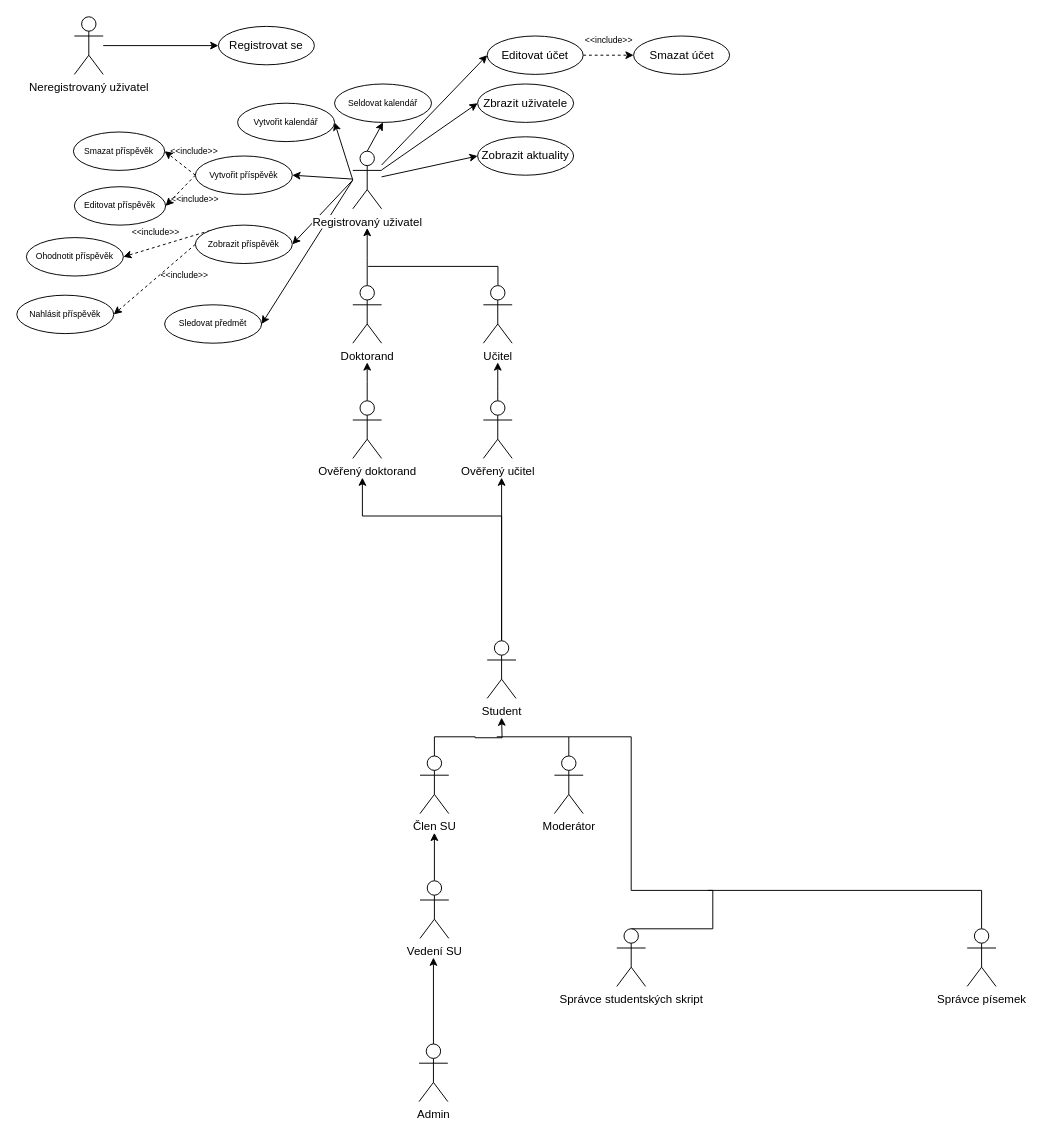
The draw.io diagram diagramy/use_case.drawio in mirasvarc/fituska3, before the edit. Source tidied: cells renumbered, new cells numbered last; positions are measured from the earlier drawing's top-left corner, leaving out a move shared by most shapes. Both pictures are drawn from the tidied source at 96%, with x=0, y=0 at pixel (16, 16).
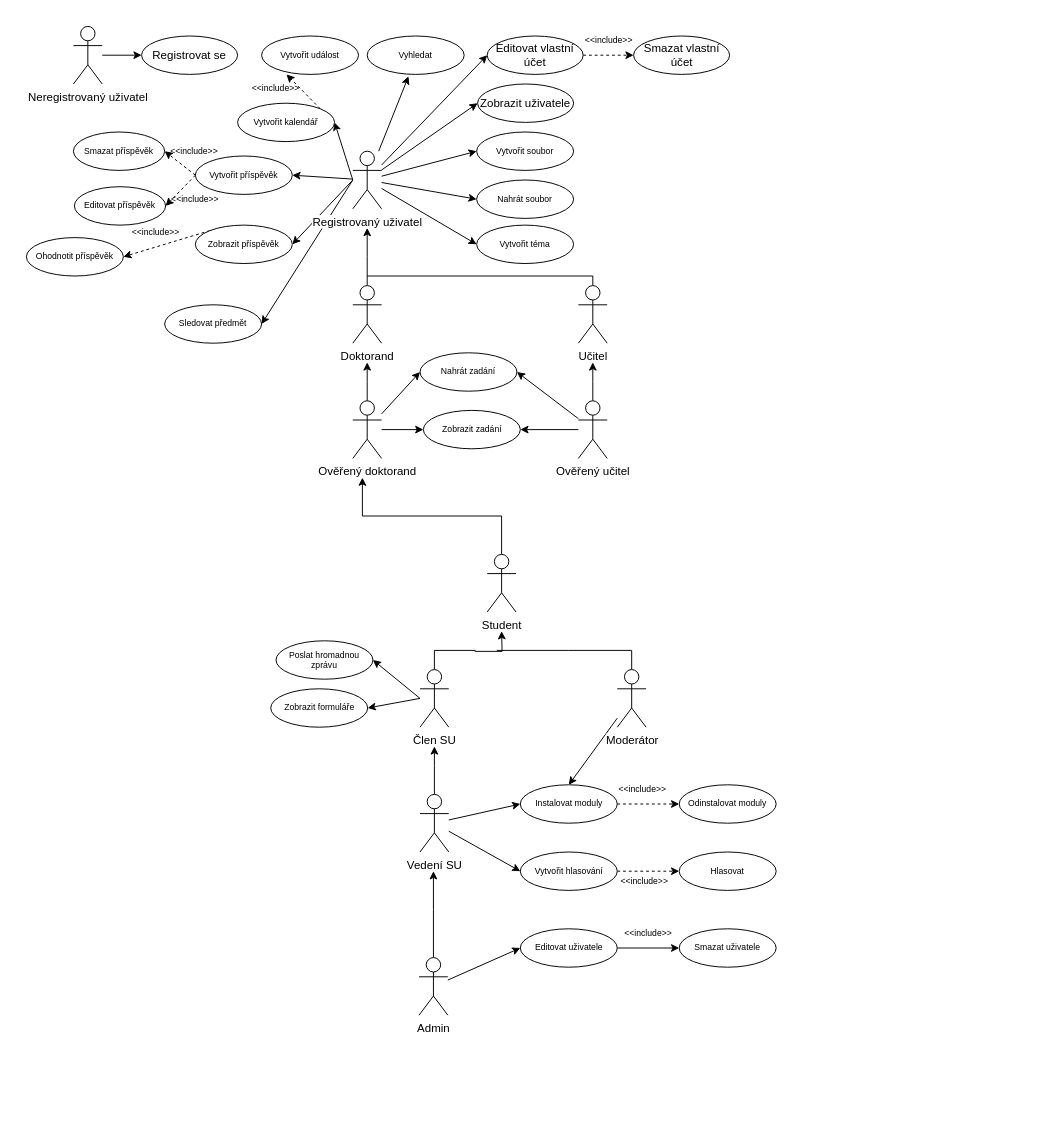
The same diagram, later.

Unchanged cells that the change refers to:
```xml
<mxCell id="20" value="Doktorand" style="shape=umlActor;verticalLabelPosition=bottom;labelBackgroundColor=#ffffff;verticalAlign=top;html=1;outlineConnect=0;" parent="1" vertex="1">
  <mxGeometry x="350" y="280" width="30" height="60" as="geometry" />
</mxCell>
<mxCell id="30" value="Registrovaný uživatel" style="shape=umlActor;verticalLabelPosition=bottom;labelBackgroundColor=#ffffff;verticalAlign=top;html=1;outlineConnect=0;" parent="1" vertex="1">
  <mxGeometry x="350" y="140" width="30" height="60" as="geometry" />
</mxCell>
<mxCell id="32" value="Ověřený doktorand" style="shape=umlActor;verticalLabelPosition=bottom;labelBackgroundColor=#ffffff;verticalAlign=top;html=1;outlineConnect=0;" parent="1" vertex="1">
  <mxGeometry x="350" y="400" width="30" height="60" as="geometry" />
</mxCell>
<mxCell id="53" value="Zobrazit příspěvěk" style="ellipse;whiteSpace=wrap;html=1;fontSize=9;" parent="1" vertex="1">
  <mxGeometry x="186" y="217" width="101" height="40" as="geometry" />
</mxCell>
<mxCell id="57" value="Vytvořit kalendář" style="ellipse;whiteSpace=wrap;html=1;fontSize=9;" parent="1" vertex="1">
  <mxGeometry x="230" y="90" width="101" height="40" as="geometry" />
</mxCell>
```

What changed in the source:
```diff
@@
     <mxCell id="3" value="Neregistrovaný uživatel" style="shape=umlActor;verticalLabelPosition=bottom;labelBackgroundColor=#ffffff;verticalAlign=top;html=1;outlineConnect=0;" parent="1" vertex="1">
-      <mxGeometry x="60" width="30" height="60" as="geometry" />
+      <mxGeometry x="59" y="10" width="30" height="60" as="geometry" />
     </mxCell>
@@
-    <mxCell id="7" style="edgeStyle=none;rounded=0;jettySize=auto;html=1;startArrow=none;startFill=0;endArrow=classic;endFill=1;fontSize=9;exitX=0.5;exitY=0;exitDx=0;exitDy=0;exitPerimeter=0;entryX=0.5;entryY=1;entryDx=0;entryDy=0;" parent="1" edge="1" source="30" target="58">
-      <mxGeometry relative="1" as="geometry" />
-    </mxCell>
-    <mxCell id="8" style="edgeStyle=orthogonalEdgeStyle;rounded=0;jettySize=auto;html=1;exitX=0.5;exitY=0;exitDx=0;exitDy=0;exitPerimeter=0;startArrow=none;startFill=0;endArrow=classic;endFill=1;fontSize=9;" parent="1" edge="1" source="10">
-      <mxGeometry relative="1" as="geometry">
-        <mxPoint x="505" y="480" as="targetPoint" />
-      </mxGeometry>
-    </mxCell>
@@
     <mxCell id="10" value="Student&lt;br&gt;" style="shape=umlActor;verticalLabelPosition=bottom;labelBackgroundColor=#ffffff;verticalAlign=top;html=1;outlineConnect=0;" parent="1" vertex="1">
-      <mxGeometry x="490" y="650" width="30" height="60" as="geometry" />
+      <mxGeometry x="490" y="560" width="30" height="60" as="geometry" />
     </mxCell>
-    <mxCell id="11" style="edgeStyle=orthogonalEdgeStyle;rounded=0;orthogonalLoop=1;jettySize=auto;html=1;exitX=0.5;exitY=0;exitDx=0;exitDy=0;exitPerimeter=0;startArrow=none;startFill=0;endArrow=none;endFill=0;fontSize=9;" parent="1" edge="1">
-      <mxGeometry relative="1" as="geometry">
-        <mxPoint x="501.2" y="280.1" as="sourcePoint" />
-        <mxPoint x="366" y="260" as="targetPoint" />
-        <Array as="points">
-          <mxPoint x="501" y="260" />
-        </Array>
-      </mxGeometry>
-    </mxCell>
+    <mxCell id="61" style="edgeStyle=orthogonalEdgeStyle;rounded=0;orthogonalLoop=1;jettySize=auto;html=1;endArrow=none;endFill=0;" parent="1" edge="1">
+      <mxGeometry relative="1" as="geometry">
+        <mxPoint x="600" y="280" as="sourcePoint" />
+        <mxPoint x="365" y="270" as="targetPoint" />
+        <Array as="points">
+          <mxPoint x="600" y="270" />
+          <mxPoint x="365" y="270" />
+        </Array>
+      </mxGeometry>
+    </mxCell>
     <mxCell id="12" value="Učitel" style="shape=umlActor;verticalLabelPosition=bottom;labelBackgroundColor=#ffffff;verticalAlign=top;html=1;" parent="1" vertex="1">
-      <mxGeometry x="486" y="280" width="30" height="60" as="geometry" />
+      <mxGeometry x="585" y="280" width="30" height="60" as="geometry" />
     </mxCell>
     <mxCell id="13" style="edgeStyle=orthogonalEdgeStyle;rounded=0;jettySize=auto;html=1;exitX=0.5;exitY=0;exitDx=0;exitDy=0;exitPerimeter=0;startArrow=none;startFill=0;endArrow=classic;endFill=1;" parent="1" edge="1" source="14">
       <mxGeometry relative="1" as="geometry">
-        <mxPoint x="505" y="730" as="targetPoint" />
+        <mxPoint x="505" y="640" as="targetPoint" />
       </mxGeometry>
     </mxCell>
+    <mxCell id="62" style="edgeStyle=none;rounded=0;jettySize=auto;html=1;entryX=1;entryY=0.5;entryDx=0;entryDy=0;" parent="1" edge="1" target="82">
+      <mxGeometry relative="1" as="geometry">
+        <mxPoint x="420" y="710" as="sourcePoint" />
+      </mxGeometry>
+    </mxCell>
+    <mxCell id="63" style="edgeStyle=none;rounded=0;jettySize=auto;html=1;entryX=1;entryY=0.5;entryDx=0;entryDy=0;" parent="1" edge="1" target="83">
+      <mxGeometry relative="1" as="geometry">
+        <mxPoint x="420" y="710" as="sourcePoint" />
+      </mxGeometry>
+    </mxCell>
     <mxCell id="14" value="Člen SU" style="shape=umlActor;verticalLabelPosition=bottom;labelBackgroundColor=#ffffff;verticalAlign=top;html=1;outlineConnect=0;" parent="1" vertex="1">
-      <mxGeometry x="420" y="770" width="30" height="60" as="geometry" />
+      <mxGeometry x="420" y="680" width="30" height="60" as="geometry" />
     </mxCell>
     <mxCell id="15" style="edgeStyle=orthogonalEdgeStyle;rounded=0;jettySize=auto;html=1;exitX=0.5;exitY=0;exitDx=0;exitDy=0;exitPerimeter=0;startArrow=none;startFill=0;endArrow=none;endFill=0;" parent="1" edge="1" source="16">
       <mxGeometry relative="1" as="geometry">
-        <mxPoint x="500" y="750" as="targetPoint" />
+        <mxPoint x="500" y="660" as="targetPoint" />
         <Array as="points">
-          <mxPoint x="575" y="750" />
-          <mxPoint x="500" y="750" />
+          <mxPoint x="575" y="660" />
+          <mxPoint x="500" y="660" />
         </Array>
       </mxGeometry>
     </mxCell>
+    <mxCell id="64" style="edgeStyle=none;rounded=0;jettySize=auto;html=1;entryX=0.5;entryY=0;entryDx=0;entryDy=0;" parent="1" edge="1" source="16" target="85">
+      <mxGeometry relative="1" as="geometry" />
+    </mxCell>
     <mxCell id="16" value="Moderátor" style="shape=umlActor;verticalLabelPosition=bottom;labelBackgroundColor=#ffffff;verticalAlign=top;html=1;outlineConnect=0;" parent="1" vertex="1">
-      <mxGeometry x="560" y="770" width="30" height="60" as="geometry" />
+      <mxGeometry x="625.5" y="680" width="30" height="60" as="geometry" />
     </mxCell>
     <mxCell id="17" style="edgeStyle=orthogonalEdgeStyle;rounded=0;jettySize=auto;html=1;exitX=0.5;exitY=0;exitDx=0;exitDy=0;exitPerimeter=0;startArrow=none;startFill=0;endArrow=classic;endFill=1;" parent="1" edge="1" source="18">
       <mxGeometry relative="1" as="geometry">
-        <mxPoint x="435" y="850" as="targetPoint" />
+        <mxPoint x="435" y="760" as="targetPoint" />
         <Array as="points">
-          <mxPoint x="435" y="870" />
-          <mxPoint x="435" y="870" />
+          <mxPoint x="435" y="780" />
+          <mxPoint x="435" y="780" />
         </Array>
       </mxGeometry>
     </mxCell>
+    <mxCell id="65" style="edgeStyle=none;rounded=0;jettySize=auto;html=1;entryX=0;entryY=0.5;entryDx=0;entryDy=0;" parent="1" edge="1" source="18" target="85">
+      <mxGeometry relative="1" as="geometry" />
+    </mxCell>
+    <mxCell id="66" style="edgeStyle=none;rounded=0;jettySize=auto;html=1;entryX=0;entryY=0.5;entryDx=0;entryDy=0;" parent="1" edge="1" source="18" target="87">
+      <mxGeometry relative="1" as="geometry" />
+    </mxCell>
     <mxCell id="18" value="Vedení SU" style="shape=umlActor;verticalLabelPosition=bottom;labelBackgroundColor=#ffffff;verticalAlign=top;html=1;outlineConnect=0;" parent="1" vertex="1">
-      <mxGeometry x="420" y="900" width="30" height="60" as="geometry" />
+      <mxGeometry x="420" y="810" width="30" height="60" as="geometry" />
     </mxCell>
     <mxCell id="19" style="edgeStyle=orthogonalEdgeStyle;rounded=0;jettySize=auto;html=1;startArrow=none;startFill=0;endArrow=classic;endFill=1;" parent="1" edge="1" source="20">
       <mxGeometry relative="1" as="geometry">
         <mxPoint x="365" y="220" as="targetPoint" />
+        <Array as="points">
+          <mxPoint x="365" y="250" />
+          <mxPoint x="365" y="250" />
+        </Array>
       </mxGeometry>
     </mxCell>
@@
     <mxCell id="21" style="edgeStyle=orthogonalEdgeStyle;rounded=0;jettySize=auto;html=1;startArrow=none;startFill=0;endArrow=classic;endFill=1;exitX=0.5;exitY=0;exitDx=0;exitDy=0;exitPerimeter=0;" parent="1" edge="1" source="22">
       <mxGeometry relative="1" as="geometry">
-        <mxPoint x="434" y="980" as="targetPoint" />
+        <mxPoint x="434" y="890" as="targetPoint" />
         <Array as="points">
-          <mxPoint x="434" y="1020" />
-          <mxPoint x="434" y="1020" />
+          <mxPoint x="434" y="930" />
+          <mxPoint x="434" y="930" />
         </Array>
       </mxGeometry>
     </mxCell>
+    <mxCell id="67" style="edgeStyle=none;rounded=0;jettySize=auto;html=1;entryX=0;entryY=0.5;entryDx=0;entryDy=0;" parent="1" edge="1" source="22" target="96">
+      <mxGeometry relative="1" as="geometry" />
+    </mxCell>
     <mxCell id="22" value="Admin" style="shape=umlActor;verticalLabelPosition=bottom;labelBackgroundColor=#ffffff;verticalAlign=top;html=1;outlineConnect=0;" parent="1" vertex="1">
-      <mxGeometry x="419" y="1070" width="30" height="60" as="geometry" />
+      <mxGeometry x="419" y="980" width="30" height="60" as="geometry" />
     </mxCell>
     <mxCell id="23" value="Registrovat se" style="ellipse;whiteSpace=wrap;html=1;" parent="1" vertex="1">
-      <mxGeometry x="210" y="10" width="100" height="40" as="geometry" />
+      <mxGeometry x="130" y="20" width="100" height="40" as="geometry" />
     </mxCell>
-    <mxCell id="24" style="edgeStyle=orthogonalEdgeStyle;rounded=0;jettySize=auto;html=1;exitX=0.5;exitY=0;exitDx=0;exitDy=0;exitPerimeter=0;startArrow=none;startFill=0;endArrow=classic;endFill=1;" parent="1" edge="1" source="25">
-      <mxGeometry relative="1" as="geometry">
-        <mxPoint x="501" y="360" as="targetPoint" />
-        <Array as="points">
-          <mxPoint x="501" y="390" />
-          <mxPoint x="501" y="390" />
-        </Array>
-      </mxGeometry>
-    </mxCell>
+    <mxCell id="68" style="edgeStyle=none;rounded=0;jettySize=auto;html=1;entryX=1;entryY=0.5;entryDx=0;entryDy=0;" parent="1" edge="1" source="25" target="93">
+      <mxGeometry relative="1" as="geometry" />
+    </mxCell>
+    <mxCell id="69" style="edgeStyle=none;rounded=0;jettySize=auto;html=1;entryX=1;entryY=0.5;entryDx=0;entryDy=0;" parent="1" edge="1" source="25" target="92">
+      <mxGeometry relative="1" as="geometry" />
+    </mxCell>
+    <mxCell id="70" style="edgeStyle=orthogonalEdgeStyle;rounded=0;jettySize=auto;html=1;endArrow=classic;endFill=1;" parent="1" edge="1" source="25">
+      <mxGeometry relative="1" as="geometry">
+        <mxPoint x="600" y="360" as="targetPoint" />
+      </mxGeometry>
+    </mxCell>
     <mxCell id="25" value="Ověřený učitel" style="shape=umlActor;verticalLabelPosition=bottom;labelBackgroundColor=#ffffff;verticalAlign=top;html=1;outlineConnect=0;" parent="1" vertex="1">
-      <mxGeometry x="486" y="400" width="30" height="60" as="geometry" />
+      <mxGeometry x="585" y="400" width="30" height="60" as="geometry" />
     </mxCell>
@@
-    <mxCell id="29" style="edgeStyle=none;rounded=0;jettySize=auto;html=1;entryX=0;entryY=0.5;entryDx=0;entryDy=0;startArrow=none;startFill=0;endArrow=classic;endFill=1;fontSize=9;" parent="1" edge="1" source="30" target="60">
-      <mxGeometry relative="1" as="geometry" />
-    </mxCell>
+    <mxCell id="71" style="edgeStyle=none;rounded=0;jettySize=auto;html=1;entryX=0;entryY=0.5;entryDx=0;entryDy=0;" parent="1" edge="1" source="30" target="80">
+      <mxGeometry relative="1" as="geometry" />
+    </mxCell>
+    <mxCell id="72" style="edgeStyle=none;rounded=0;jettySize=auto;html=1;entryX=0;entryY=0.5;entryDx=0;entryDy=0;" parent="1" edge="1" source="30" target="81">
+      <mxGeometry relative="1" as="geometry" />
+    </mxCell>
+    <mxCell id="73" style="edgeStyle=none;rounded=0;jettySize=auto;html=1;entryX=0.426;entryY=1.05;entryDx=0;entryDy=0;entryPerimeter=0;" parent="1" edge="1" source="30" target="94">
+      <mxGeometry relative="1" as="geometry" />
+    </mxCell>
+    <mxCell id="74" style="edgeStyle=none;rounded=0;jettySize=auto;html=1;entryX=0;entryY=0.5;entryDx=0;entryDy=0;" parent="1" edge="1" source="30" target="99">
+      <mxGeometry relative="1" as="geometry" />
+    </mxCell>
@@
+    <mxCell id="75" style="edgeStyle=none;rounded=0;jettySize=auto;html=1;entryX=0;entryY=0.5;entryDx=0;entryDy=0;" parent="1" edge="1" source="32" target="92">
+      <mxGeometry relative="1" as="geometry" />
+    </mxCell>
+    <mxCell id="76" style="edgeStyle=none;rounded=0;jettySize=auto;html=1;entryX=0;entryY=0.5;entryDx=0;entryDy=0;" parent="1" edge="1" source="32" target="93">
+      <mxGeometry relative="1" as="geometry" />
+    </mxCell>
@@
-    <mxCell id="33" style="edgeStyle=orthogonalEdgeStyle;rounded=0;jettySize=auto;html=1;startArrow=none;startFill=0;endArrow=none;endFill=0;exitX=0.5;exitY=0;exitDx=0;exitDy=0;exitPerimeter=0;" parent="1" edge="1" source="34">
-      <mxGeometry relative="1" as="geometry">
-        <mxPoint x="575" y="750" as="targetPoint" />
-        <Array as="points">
-          <mxPoint x="725" y="910" />
-          <mxPoint x="640" y="910" />
-          <mxPoint x="640" y="750" />
-        </Array>
-      </mxGeometry>
-    </mxCell>
-    <mxCell id="34" value="Správce studentských skript&lt;br&gt;" style="shape=umlActor;verticalLabelPosition=bottom;labelBackgroundColor=#ffffff;verticalAlign=top;html=1;outlineConnect=0;" parent="1" vertex="1">
-      <mxGeometry x="625" y="950" width="30" height="60" as="geometry" />
-    </mxCell>
-    <mxCell id="35" style="edgeStyle=orthogonalEdgeStyle;rounded=0;jettySize=auto;html=1;exitX=0.5;exitY=0;exitDx=0;exitDy=0;exitPerimeter=0;startArrow=none;startFill=0;endArrow=none;endFill=0;" parent="1" edge="1" source="36">
-      <mxGeometry relative="1" as="geometry">
-        <mxPoint x="720" y="910" as="targetPoint" />
-        <Array as="points">
-          <mxPoint x="1005" y="910" />
-        </Array>
-      </mxGeometry>
-    </mxCell>
-    <mxCell id="36" value="Správce písemek" style="shape=umlActor;verticalLabelPosition=bottom;labelBackgroundColor=#ffffff;verticalAlign=top;html=1;outlineConnect=0;" parent="1" vertex="1">
-      <mxGeometry x="990" y="950" width="30" height="60" as="geometry" />
-    </mxCell>
@@
-    <mxCell id="38" value="Editovat účet" style="ellipse;whiteSpace=wrap;html=1;" parent="1" vertex="1">
+    <mxCell id="38" value="Editovat vlastní účet" style="ellipse;whiteSpace=wrap;html=1;" parent="1" vertex="1">
       <mxGeometry x="490" y="20" width="100" height="40" as="geometry" />
     </mxCell>
-    <mxCell id="39" value="Smazat účet" style="ellipse;whiteSpace=wrap;html=1;" parent="1" vertex="1">
+    <mxCell id="39" value="Smazat vlastní účet" style="ellipse;whiteSpace=wrap;html=1;" parent="1" vertex="1">
       <mxGeometry x="642.5" y="20" width="100" height="40" as="geometry" />
     </mxCell>
@@
-    <mxCell id="52" style="edgeStyle=none;rounded=0;jettySize=auto;html=1;exitX=0;exitY=0.5;exitDx=0;exitDy=0;entryX=1;entryY=0.5;entryDx=0;entryDy=0;dashed=1;startArrow=none;startFill=0;endArrow=classic;endFill=1;fontSize=9;" parent="1" edge="1" source="53" target="55">
-      <mxGeometry relative="1" as="geometry" />
-    </mxCell>
@@
-    <mxCell id="55" value="Nahlásit příspěvěk" style="ellipse;whiteSpace=wrap;html=1;fontSize=9;" parent="1" vertex="1">
-      <mxGeometry y="290" width="101" height="40" as="geometry" />
-    </mxCell>
-    <mxCell id="56" value="&amp;lt;&amp;lt;include&amp;gt;&amp;gt;" style="text;html=1;strokeColor=none;fillColor=none;align=center;verticalAlign=middle;whiteSpace=wrap;rounded=0;fontSize=9;" parent="1" vertex="1">
-      <mxGeometry x="160" y="265" width="30" height="10" as="geometry" />
-    </mxCell>
+    <mxCell id="77" style="rounded=0;jettySize=auto;html=1;exitX=1;exitY=0;exitDx=0;exitDy=0;entryX=0.257;entryY=1;entryDx=0;entryDy=0;entryPerimeter=0;dashed=1;" parent="1" edge="1" source="57" target="78">
+      <mxGeometry relative="1" as="geometry" />
+    </mxCell>
@@
-    <mxCell id="58" value="Seldovat kalendář" style="ellipse;whiteSpace=wrap;html=1;fontSize=9;" parent="1" vertex="1">
-      <mxGeometry x="331" y="70" width="101" height="40" as="geometry" />
-    </mxCell>
-    <mxCell id="59" value="Zbrazit uživatele" style="ellipse;whiteSpace=wrap;html=1;" parent="1" vertex="1">
+    <mxCell id="59" value="Zobrazit uživatele" style="ellipse;whiteSpace=wrap;html=1;" parent="1" vertex="1">
       <mxGeometry x="480" y="70" width="100" height="40" as="geometry" />
     </mxCell>
-    <mxCell id="60" value="Zobrazit aktuality" style="ellipse;whiteSpace=wrap;html=1;" parent="1" vertex="1">
-      <mxGeometry x="480" y="125" width="100" height="40" as="geometry" />
-    </mxCell>
+    <mxCell id="78" value="Vytvořit událost" style="ellipse;whiteSpace=wrap;html=1;fontSize=9;" parent="1" vertex="1">
+      <mxGeometry x="255" y="20" width="101" height="40" as="geometry" />
+    </mxCell>
+    <mxCell id="79" value="&amp;lt;&amp;lt;include&amp;gt;&amp;gt;" style="text;html=1;strokeColor=none;fillColor=none;align=center;verticalAlign=middle;whiteSpace=wrap;rounded=0;fontSize=9;" parent="1" vertex="1">
+      <mxGeometry x="255" y="70" width="30" height="10" as="geometry" />
+    </mxCell>
+    <mxCell id="80" value="Vytvořit soubor" style="ellipse;whiteSpace=wrap;html=1;fontSize=9;" parent="1" vertex="1">
+      <mxGeometry x="479" y="120" width="101" height="40" as="geometry" />
+    </mxCell>
+    <mxCell id="81" value="Nahrát soubor" style="ellipse;whiteSpace=wrap;html=1;fontSize=9;" parent="1" vertex="1">
+      <mxGeometry x="479" y="170" width="101" height="40" as="geometry" />
+    </mxCell>
+    <mxCell id="82" value="Poslat hromadnou zprávu" style="ellipse;whiteSpace=wrap;html=1;fontSize=9;" parent="1" vertex="1">
+      <mxGeometry x="270" y="650" width="101" height="40" as="geometry" />
+    </mxCell>
+    <mxCell id="83" value="Zobrazit formuláře" style="ellipse;whiteSpace=wrap;html=1;fontSize=9;" parent="1" vertex="1">
+      <mxGeometry x="264.5" y="700" width="101" height="40" as="geometry" />
+    </mxCell>
+    <mxCell id="84" style="edgeStyle=none;rounded=0;jettySize=auto;html=1;exitX=1;exitY=0.5;exitDx=0;exitDy=0;entryX=0;entryY=0.5;entryDx=0;entryDy=0;dashed=1;" parent="1" edge="1" source="85" target="88">
+      <mxGeometry relative="1" as="geometry" />
+    </mxCell>
+    <mxCell id="85" value="Instalovat moduly" style="ellipse;whiteSpace=wrap;html=1;fontSize=9;" parent="1" vertex="1">
+      <mxGeometry x="524.5" y="800" width="101" height="40" as="geometry" />
+    </mxCell>
+    <mxCell id="86" style="edgeStyle=none;rounded=0;jettySize=auto;html=1;entryX=0;entryY=0.5;entryDx=0;entryDy=0;dashed=1;" parent="1" edge="1" source="87" target="90">
+      <mxGeometry relative="1" as="geometry" />
+    </mxCell>
+    <mxCell id="87" value="Vytvořit hlasování" style="ellipse;whiteSpace=wrap;html=1;fontSize=9;" parent="1" vertex="1">
+      <mxGeometry x="524.5" y="870" width="101" height="40" as="geometry" />
+    </mxCell>
+    <mxCell id="88" value="Odinstalovat moduly" style="ellipse;whiteSpace=wrap;html=1;fontSize=9;" parent="1" vertex="1">
+      <mxGeometry x="690" y="800" width="101" height="40" as="geometry" />
+    </mxCell>
+    <mxCell id="89" value="&amp;lt;&amp;lt;include&amp;gt;&amp;gt;" style="text;html=1;strokeColor=none;fillColor=none;align=center;verticalAlign=middle;whiteSpace=wrap;rounded=0;fontSize=9;" parent="1" vertex="1">
+      <mxGeometry x="637" y="800" width="30" height="10" as="geometry" />
+    </mxCell>
+    <mxCell id="90" value="Hlasovat" style="ellipse;whiteSpace=wrap;html=1;fontSize=9;" parent="1" vertex="1">
+      <mxGeometry x="690" y="870" width="101" height="40" as="geometry" />
+    </mxCell>
+    <mxCell id="91" value="&amp;lt;&amp;lt;include&amp;gt;&amp;gt;" style="text;html=1;strokeColor=none;fillColor=none;align=center;verticalAlign=middle;whiteSpace=wrap;rounded=0;fontSize=9;" parent="1" vertex="1">
+      <mxGeometry x="639" y="896" width="30" height="10" as="geometry" />
+    </mxCell>
+    <mxCell id="92" value="Nahrát zadání" style="ellipse;whiteSpace=wrap;html=1;fontSize=9;" parent="1" vertex="1">
+      <mxGeometry x="420" y="350" width="101" height="40" as="geometry" />
+    </mxCell>
+    <mxCell id="93" value="Zobrazit zadání" style="ellipse;whiteSpace=wrap;html=1;fontSize=9;" parent="1" vertex="1">
+      <mxGeometry x="423.5" y="410" width="101" height="40" as="geometry" />
+    </mxCell>
+    <mxCell id="94" value="Vyhledat" style="ellipse;whiteSpace=wrap;html=1;fontSize=9;" parent="1" vertex="1">
+      <mxGeometry x="365" y="20" width="101" height="40" as="geometry" />
+    </mxCell>
+    <mxCell id="95" style="edgeStyle=none;rounded=0;jettySize=auto;html=1;entryX=0;entryY=0.5;entryDx=0;entryDy=0;" parent="1" edge="1" source="96" target="97">
+      <mxGeometry relative="1" as="geometry" />
+    </mxCell>
+    <mxCell id="96" value="Editovat uživatele" style="ellipse;whiteSpace=wrap;html=1;fontSize=9;" parent="1" vertex="1">
+      <mxGeometry x="524.5" y="950" width="101" height="40" as="geometry" />
+    </mxCell>
+    <mxCell id="97" value="Smazat uživatele" style="ellipse;whiteSpace=wrap;html=1;fontSize=9;" parent="1" vertex="1">
+      <mxGeometry x="690" y="950" width="101" height="40" as="geometry" />
+    </mxCell>
+    <mxCell id="98" value="&amp;lt;&amp;lt;include&amp;gt;&amp;gt;" style="text;html=1;strokeColor=none;fillColor=none;align=center;verticalAlign=middle;whiteSpace=wrap;rounded=0;fontSize=9;" parent="1" vertex="1">
+      <mxGeometry x="642.5" y="950" width="30" height="10" as="geometry" />
+    </mxCell>
+    <mxCell id="99" value="Vytvořit téma" style="ellipse;whiteSpace=wrap;html=1;fontSize=9;" parent="1" vertex="1">
+      <mxGeometry x="479" y="217" width="101" height="40" as="geometry" />
+    </mxCell>
```
